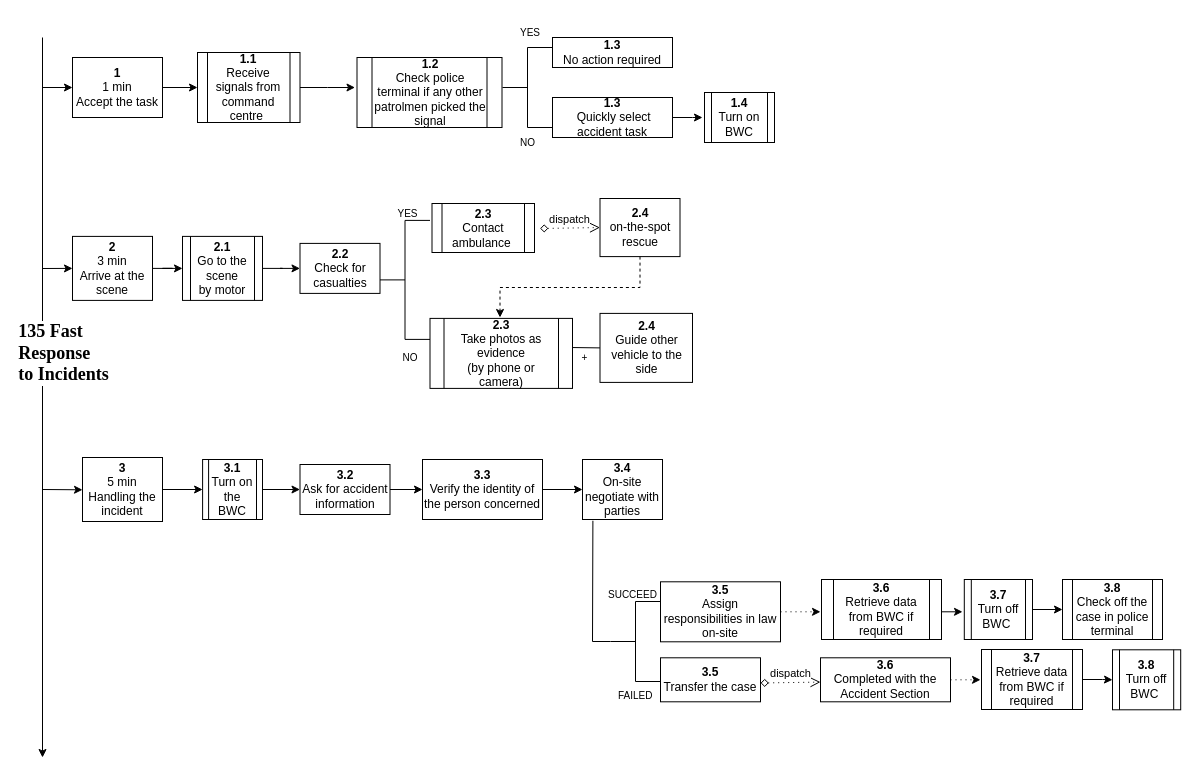
Above: page "135" (2 of 6) of HTA_serious.drawio in PsychDuan/InfoVisual (draw.io), before the change. Source tidied: cells renumbered, new cells numbered last; positions are measured from the earlier drawing's top-left corner, leaving out a move shared by most shapes. Both pictures are drawn from the tidied source at 100%, with x=0, y=0 at pixel (42, 17).
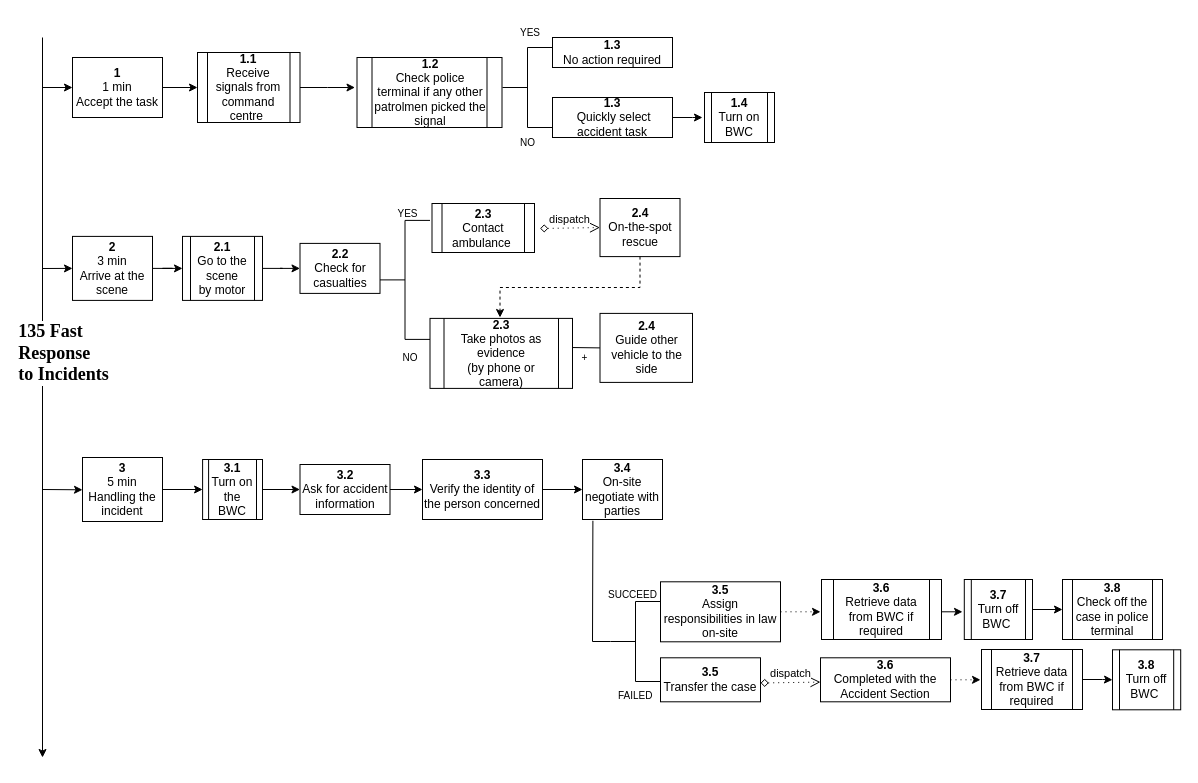
After the change.

Diff of the diagram source:
```diff
@@
-    <mxCell id="12" value="&lt;b&gt;2.4&lt;/b&gt;&lt;br&gt;on-the-spot rescue" style="rounded=0;whiteSpace=wrap;html=1;" parent="1" vertex="1">
+    <mxCell id="12" value="&lt;b&gt;2.4&lt;/b&gt;&lt;br&gt;On-the-spot rescue" style="rounded=0;whiteSpace=wrap;html=1;" parent="1" vertex="1">
       <mxGeometry x="557.5" y="181" width="80" height="58.1" as="geometry" />
     </mxCell>
```
